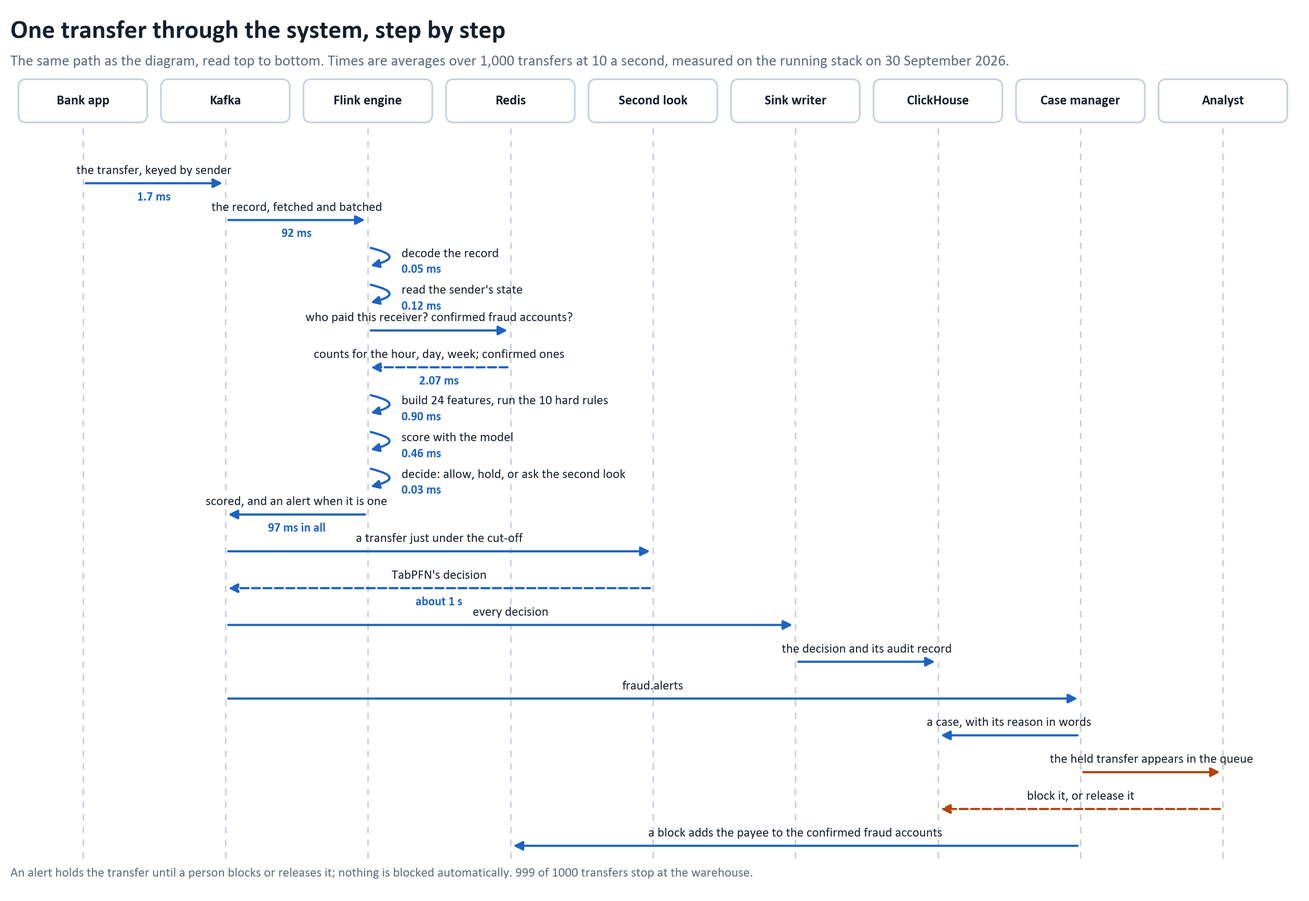
The Mermaid diagram docs/pipeline_sequence.png in avazahmedov95/fraud-detection, before a commit. Its source is kept beside it as docs/pipeline_sequence.mmd.
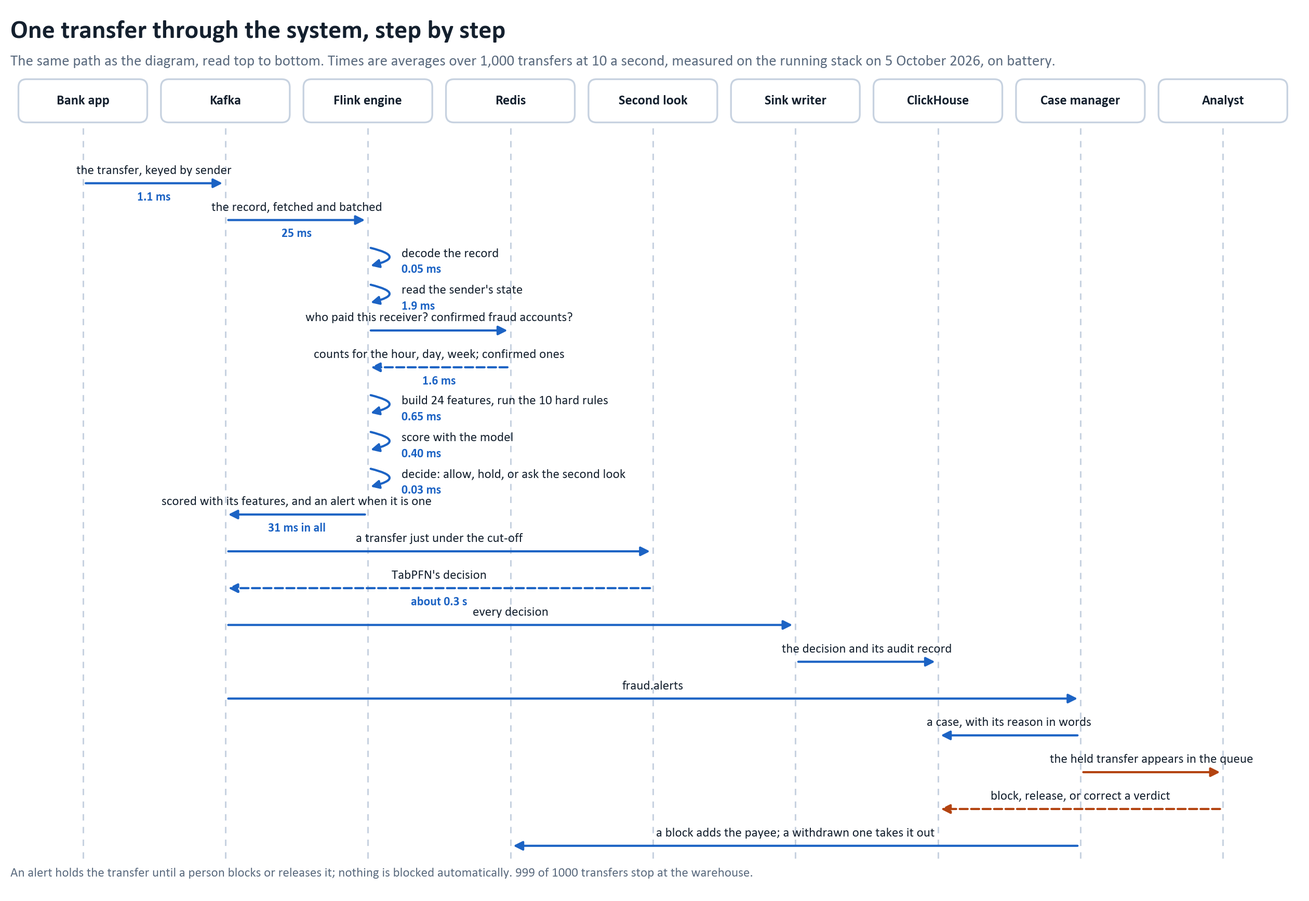
Above is the later version.

What changed in the source:
```diff
@@ -12,22 +12,22 @@
     actor Analyst
 
     Customer->>App: confirms a transfer
-    App->>Kafka: transactions.raw, keyed by sender (1.7 ms)
-    Kafka->>Flink: the record, fetched and batched (92 ms)
+    App->>Kafka: transactions.raw, keyed by sender (1.1 ms)
+    Kafka->>Flink: the record, fetched and batched (25 ms)
     Flink->>Flink: decode (0.05 ms)
-    Flink->>Flink: read this sender's state (0.12 ms)
+    Flink->>Flink: read this sender's state (1.9 ms)
     Flink->>Redis: how many people paid this receiver? any confirmed fraud accounts?
-    Redis-->>Flink: counts for the hour, day and week, and the confirmed ones (2.07 ms)
-    Flink->>Flink: build 24 features, run the 10 hard rules (0.90 ms)
-    Flink->>Flink: score with the model (0.46 ms)
+    Redis-->>Flink: counts for the hour, day and week, and the confirmed ones (1.6 ms)
+    Flink->>Flink: build 24 features, run the 10 hard rules (0.65 ms)
+    Flink->>Flink: score with the model (0.40 ms)
     Flink->>Flink: decide: allow, hold, or ask the second look (0.03 ms)
-    Flink->>Kafka: transactions.scored, and fraud.alerts when it is an alert (97 ms in all)
+    Flink->>Kafka: transactions.scored with the features, fraud.alerts for an alert (31 ms in all)
     Kafka->>Second: fraud.second_look, a transfer just under the cut-off
-    Second->>Kafka: TabPFN's decision, about a second later
+    Second->>Kafka: TabPFN's decision, about 0.3 s later
     Kafka->>Sink: every decision
     Sink->>DB: the decision and its audit record
     Kafka->>Case: fraud.alerts
     Case->>DB: open a case, with its reason in words
     Case->>Analyst: the held transfer appears in the queue
-    Analyst->>DB: block it, or release it
-    Case->>Redis: a block adds the payee to the confirmed fraud accounts
+    Analyst->>DB: block it or release it, or correct an earlier verdict
+    Case->>Redis: a block adds the payee to the confirmed fraud accounts; a withdrawn one takes it out
```
